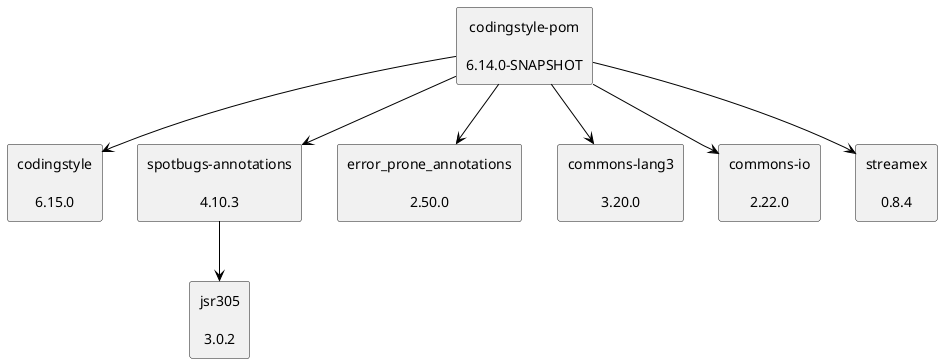
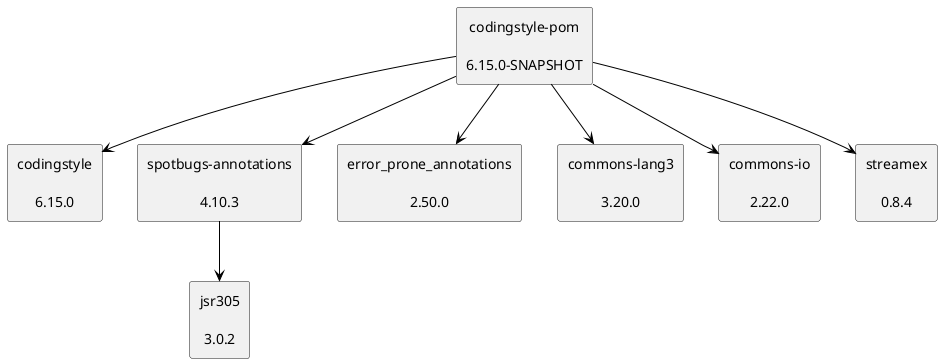
@startuml
skinparam defaultTextAlignment center
skinparam rectangle {
  BackgroundColor<<optional>> beige
  BackgroundColor<<test>> lightGreen
  BackgroundColor<<runtime>> lightBlue
  BackgroundColor<<provided>> lightGray
}
- rectangle "codingstyle-pom\n\n6.14.0-SNAPSHOT" as edu_hm_hafner_codingstyle_pom_pom
+ rectangle "codingstyle-pom\n\n6.15.0-SNAPSHOT" as edu_hm_hafner_codingstyle_pom_pom
rectangle "codingstyle\n\n6.15.0" as edu_hm_hafner_codingstyle_jar
rectangle "spotbugs-annotations\n\n4.10.3" as com_github_spotbugs_spotbugs_annotations_jar
rectangle "jsr305\n\n3.0.2" as com_google_code_findbugs_jsr305_jar
rectangle "error_prone_annotations\n\n2.50.0" as com_google_errorprone_error_prone_annotations_jar
rectangle "commons-lang3\n\n3.20.0" as org_apache_commons_commons_lang3_jar
rectangle "commons-io\n\n2.22.0" as commons_io_commons_io_jar
rectangle "streamex\n\n0.8.4" as one_util_streamex_jar
edu_hm_hafner_codingstyle_pom_pom -[#000000]-> edu_hm_hafner_codingstyle_jar
com_github_spotbugs_spotbugs_annotations_jar -[#000000]-> com_google_code_findbugs_jsr305_jar
edu_hm_hafner_codingstyle_pom_pom -[#000000]-> com_github_spotbugs_spotbugs_annotations_jar
edu_hm_hafner_codingstyle_pom_pom -[#000000]-> com_google_errorprone_error_prone_annotations_jar
edu_hm_hafner_codingstyle_pom_pom -[#000000]-> org_apache_commons_commons_lang3_jar
edu_hm_hafner_codingstyle_pom_pom -[#000000]-> commons_io_commons_io_jar
edu_hm_hafner_codingstyle_pom_pom -[#000000]-> one_util_streamex_jar
@enduml